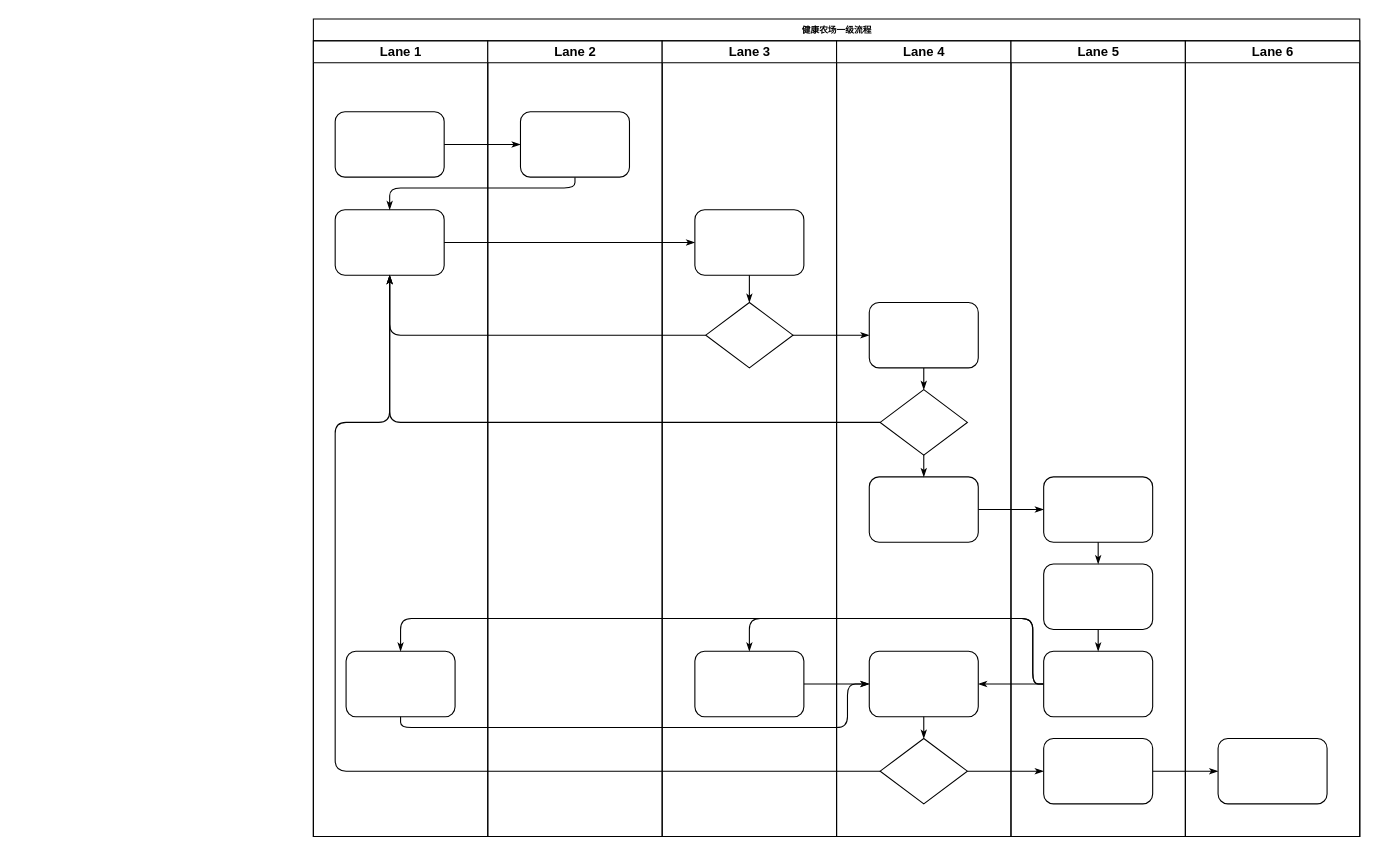
Before: Graph/1---健康农场---全流程.drawio in ManGuo/HealthFarm, a draw.io diagram. Source tidied: cells renumbered, new cells numbered last; positions are measured from the earlier drawing's top-left corner, leaving out a move shared by most shapes. Both pictures are drawn from the tidied source at 109%, with x=0, y=0 at pixel (313, 19).
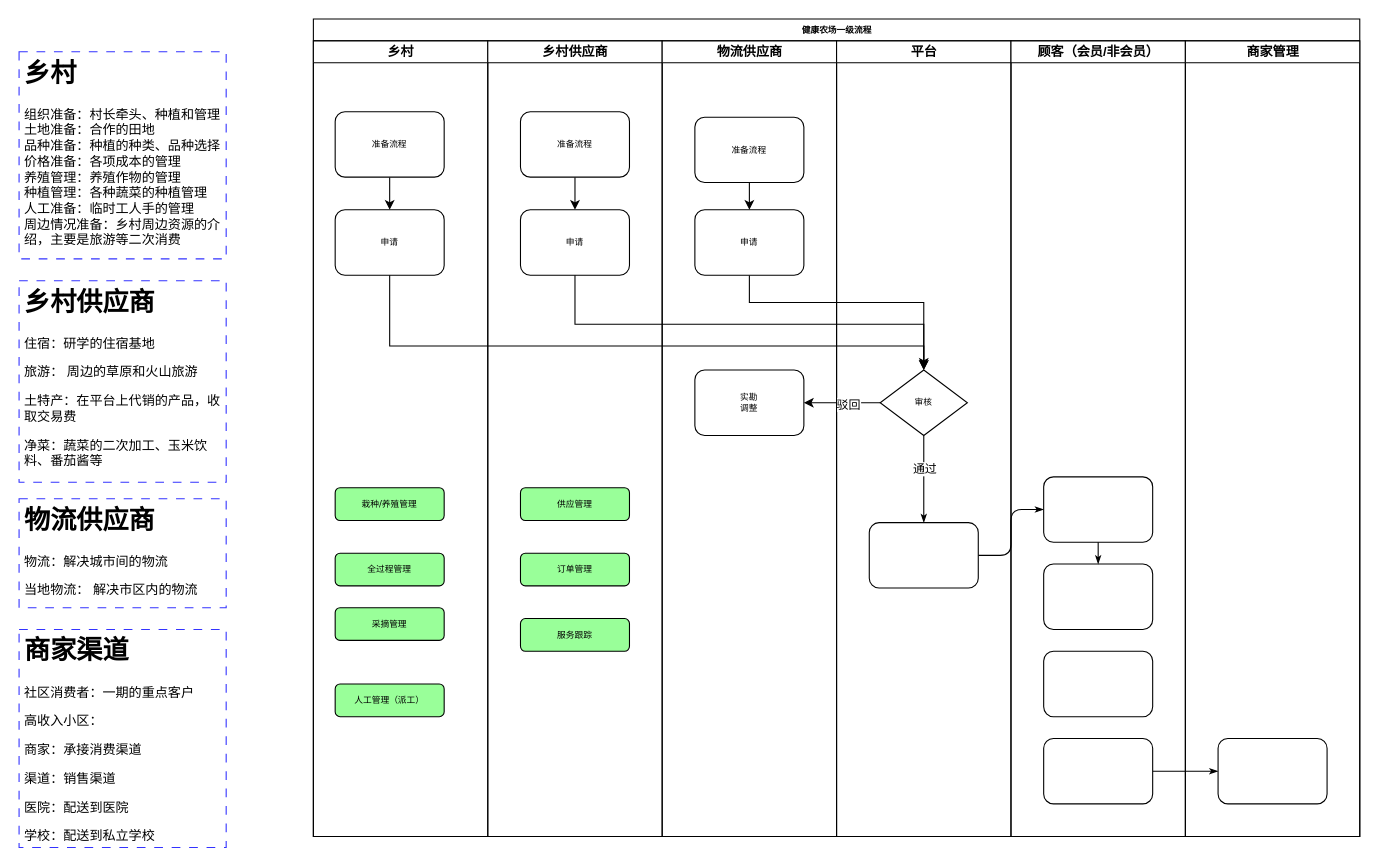
After the change.

Commit message:
更新1---健康农场---全流程.drawio

Unchanged cells that the change refers to:
```xml
<mxCell id="2" value="健康农场一级流程" style="swimlane;html=1;startSize=20;rounded=0;shadow=0;labelBackgroundColor=none;strokeWidth=1;fontFamily=Verdana;fontSize=8;align=center;" parent="1" vertex="1">
  <mxGeometry width="960" height="750" as="geometry" />
</mxCell>
<mxCell id="36" style="edgeStyle=orthogonalEdgeStyle;rounded=1;html=1;labelBackgroundColor=none;startArrow=none;startFill=0;startSize=5;endArrow=classicThin;endFill=1;endSize=5;jettySize=auto;strokeWidth=1;fontFamily=Verdana;fontSize=8;" parent="29" edge="1" source="31" target="32">
  <mxGeometry relative="1" as="geometry" />
</mxCell>
<mxCell id="40" style="rounded=1;whiteSpace=wrap;html=1;shadow=0;labelBackgroundColor=none;strokeWidth=1;fontFamily=Verdana;fontSize=8;align=center;" parent="38" vertex="1">
  <mxGeometry x="30" y="480" width="100" height="60" as="geometry" />
</mxCell>
<mxCell id="41" style="rounded=1;whiteSpace=wrap;html=1;shadow=0;labelBackgroundColor=none;strokeWidth=1;fontFamily=Verdana;fontSize=8;align=center;" parent="38" vertex="1">
  <mxGeometry x="30" y="560" width="100" height="60" as="geometry" />
</mxCell>
<mxCell id="42" style="rounded=1;whiteSpace=wrap;html=1;shadow=0;labelBackgroundColor=none;strokeWidth=1;fontFamily=Verdana;fontSize=8;align=center;" parent="38" vertex="1">
  <mxGeometry x="30" y="640" width="100" height="60" as="geometry" />
</mxCell>
```

Diff of the diagram source:
```diff
@@
-    <mxCell id="3" value="Lane 1" style="swimlane;html=1;startSize=20;" parent="2" vertex="1">
+    <mxCell id="3" value="乡村" style="swimlane;html=1;startSize=20;" parent="2" vertex="1">
       <mxGeometry y="20" width="160" height="730" as="geometry" />
     </mxCell>
+    <mxCell id="47" style="edgeStyle=orthogonalEdgeStyle;rounded=0;jettySize=auto;html=1;" parent="3" edge="1" source="4" target="5">
+      <mxGeometry relative="1" as="geometry" />
+    </mxCell>
-    <mxCell id="4" style="rounded=1;whiteSpace=wrap;html=1;shadow=0;labelBackgroundColor=none;strokeWidth=1;fontFamily=Verdana;fontSize=8;align=center;" parent="3" vertex="1">
+    <mxCell id="4" value="准备流程" style="rounded=1;whiteSpace=wrap;html=1;shadow=0;labelBackgroundColor=none;strokeWidth=1;fontFamily=Verdana;fontSize=8;align=center;" parent="3" vertex="1">
       <mxGeometry x="20" y="65" width="100" height="60" as="geometry" />
     </mxCell>
-    <mxCell id="5" style="rounded=1;whiteSpace=wrap;html=1;shadow=0;labelBackgroundColor=none;strokeWidth=1;fontFamily=Verdana;fontSize=8;align=center;" parent="3" vertex="1">
+    <mxCell id="5" value="申请" style="rounded=1;whiteSpace=wrap;html=1;shadow=0;labelBackgroundColor=none;strokeWidth=1;fontFamily=Verdana;fontSize=8;align=center;" parent="3" vertex="1">
       <mxGeometry x="20" y="155" width="100" height="60" as="geometry" />
     </mxCell>
-    <mxCell id="6" style="rounded=1;whiteSpace=wrap;html=1;shadow=0;labelBackgroundColor=none;strokeWidth=1;fontFamily=Verdana;fontSize=8;align=center;" parent="3" vertex="1">
-      <mxGeometry x="30" y="560" width="100" height="60" as="geometry" />
-    </mxCell>
-    <mxCell id="7" style="edgeStyle=orthogonalEdgeStyle;rounded=1;html=1;labelBackgroundColor=none;startArrow=none;startFill=0;startSize=5;endArrow=classicThin;endFill=1;endSize=5;jettySize=auto;strokeWidth=1;fontFamily=Verdana;fontSize=8;" parent="2" edge="1" source="4" target="23">
-      <mxGeometry relative="1" as="geometry" />
-    </mxCell>
-    <mxCell id="8" style="edgeStyle=orthogonalEdgeStyle;rounded=1;html=1;labelBackgroundColor=none;startArrow=none;startFill=0;startSize=5;endArrow=classicThin;endFill=1;endSize=5;jettySize=auto;strokeWidth=1;fontFamily=Verdana;fontSize=8;" parent="2" edge="1" source="23" target="5">
-      <mxGeometry relative="1" as="geometry">
-        <Array as="points">
-          <mxPoint x="240" y="155" />
-          <mxPoint x="70" y="155" />
-        </Array>
-      </mxGeometry>
-    </mxCell>
-    <mxCell id="9" style="edgeStyle=orthogonalEdgeStyle;rounded=1;html=1;labelBackgroundColor=none;startArrow=none;startFill=0;startSize=5;endArrow=classicThin;endFill=1;endSize=5;jettySize=auto;strokeWidth=1;fontFamily=Verdana;fontSize=8;" parent="2" edge="1" source="5" target="25">
-      <mxGeometry relative="1" as="geometry" />
-    </mxCell>
-    <mxCell id="10" style="edgeStyle=orthogonalEdgeStyle;rounded=1;html=1;labelBackgroundColor=none;startArrow=none;startFill=0;startSize=5;endArrow=classicThin;endFill=1;endSize=5;jettySize=auto;strokeWidth=1;fontFamily=Verdana;fontSize=8;" parent="2" edge="1" source="26" target="5">
-      <mxGeometry relative="1" as="geometry" />
-    </mxCell>
-    <mxCell id="11" style="edgeStyle=orthogonalEdgeStyle;rounded=1;html=1;labelBackgroundColor=none;startArrow=none;startFill=0;startSize=5;endArrow=classicThin;endFill=1;endSize=5;jettySize=auto;strokeWidth=1;fontFamily=Verdana;fontSize=8;" parent="2" edge="1" source="31" target="5">
-      <mxGeometry relative="1" as="geometry" />
-    </mxCell>
-    <mxCell id="12" style="edgeStyle=orthogonalEdgeStyle;rounded=1;html=1;labelBackgroundColor=none;startArrow=none;startFill=0;startSize=5;endArrow=classicThin;endFill=1;endSize=5;jettySize=auto;strokeWidth=1;fontFamily=Verdana;fontSize=8;" parent="2" edge="1" source="34" target="5">
-      <mxGeometry relative="1" as="geometry">
-        <Array as="points">
-          <mxPoint x="20" y="690" />
-          <mxPoint x="20" y="370" />
-          <mxPoint x="70" y="370" />
-        </Array>
-      </mxGeometry>
-    </mxCell>
-    <mxCell id="13" style="edgeStyle=orthogonalEdgeStyle;rounded=1;html=1;labelBackgroundColor=none;startArrow=none;startFill=0;startSize=5;endArrow=classicThin;endFill=1;endSize=5;jettySize=auto;strokeWidth=1;fontFamily=Verdana;fontSize=8;" parent="2" edge="1" source="26" target="30">
-      <mxGeometry relative="1" as="geometry" />
-    </mxCell>
-    <mxCell id="14" style="edgeStyle=orthogonalEdgeStyle;rounded=1;html=1;labelBackgroundColor=none;startArrow=none;startFill=0;startSize=5;endArrow=classicThin;endFill=1;endSize=5;jettySize=auto;strokeWidth=1;fontFamily=Verdana;fontSize=8;" parent="2" edge="1" source="34" target="42">
-      <mxGeometry relative="1" as="geometry" />
-    </mxCell>
+    <mxCell id="48" value="栽种/养殖管理" style="rounded=1;whiteSpace=wrap;html=1;shadow=0;labelBackgroundColor=none;strokeWidth=1;fontFamily=Verdana;fontSize=8;align=center;fillColor=#99FF99;" parent="3" vertex="1">
+      <mxGeometry x="20" y="410" width="100" height="30" as="geometry" />
+    </mxCell>
+    <mxCell id="49" value="全过程管理" style="rounded=1;whiteSpace=wrap;html=1;shadow=0;labelBackgroundColor=none;strokeWidth=1;fontFamily=Verdana;fontSize=8;align=center;fillColor=#99FF99;" parent="3" vertex="1">
+      <mxGeometry x="20" y="470" width="100" height="30" as="geometry" />
+    </mxCell>
+    <mxCell id="50" value="采摘管理" style="rounded=1;whiteSpace=wrap;html=1;shadow=0;labelBackgroundColor=none;strokeWidth=1;fontFamily=Verdana;fontSize=8;align=center;fillColor=#99FF99;" parent="3" vertex="1">
+      <mxGeometry x="20" y="520" width="100" height="30" as="geometry" />
+    </mxCell>
+    <mxCell id="51" value="人工管理（派工）" style="rounded=1;whiteSpace=wrap;html=1;shadow=0;labelBackgroundColor=none;strokeWidth=1;fontFamily=Verdana;fontSize=8;align=center;fillColor=#99FF99;" parent="3" vertex="1">
+      <mxGeometry x="20" y="590" width="100" height="30" as="geometry" />
+    </mxCell>
@@
-    <mxCell id="17" style="edgeStyle=orthogonalEdgeStyle;rounded=1;html=1;labelBackgroundColor=none;startArrow=none;startFill=0;startSize=5;endArrow=classicThin;endFill=1;endSize=5;jettySize=auto;strokeWidth=1;fontFamily=Verdana;fontSize=8;" parent="2" edge="1" source="41" target="27">
-      <mxGeometry relative="1" as="geometry">
-        <Array as="points">
-          <mxPoint x="660" y="610" />
-          <mxPoint x="660" y="550" />
-          <mxPoint x="400" y="550" />
-        </Array>
-      </mxGeometry>
-    </mxCell>
-    <mxCell id="18" style="edgeStyle=orthogonalEdgeStyle;rounded=1;html=1;labelBackgroundColor=none;startArrow=none;startFill=0;startSize=5;endArrow=classicThin;endFill=1;endSize=5;jettySize=auto;strokeColor=#000000;strokeWidth=1;fontFamily=Verdana;fontSize=8;fontColor=#000000;" parent="2" edge="1" source="41" target="33">
-      <mxGeometry relative="1" as="geometry" />
-    </mxCell>
-    <mxCell id="19" style="edgeStyle=orthogonalEdgeStyle;rounded=1;html=1;labelBackgroundColor=none;startArrow=none;startFill=0;startSize=5;endArrow=classicThin;endFill=1;endSize=5;jettySize=auto;strokeWidth=1;fontFamily=Verdana;fontSize=8;" parent="2" edge="1" source="41" target="6">
-      <mxGeometry relative="1" as="geometry">
-        <Array as="points">
-          <mxPoint x="660" y="610" />
-          <mxPoint x="660" y="550" />
-          <mxPoint x="80" y="550" />
-        </Array>
-      </mxGeometry>
-    </mxCell>
-    <mxCell id="20" style="edgeStyle=orthogonalEdgeStyle;rounded=1;html=1;labelBackgroundColor=none;startArrow=none;startFill=0;startSize=5;endArrow=classicThin;endFill=1;endSize=5;jettySize=auto;strokeWidth=1;fontFamily=Verdana;fontSize=8;" parent="2" edge="1" source="6" target="33">
-      <mxGeometry relative="1" as="geometry">
-        <Array as="points">
-          <mxPoint x="80" y="650" />
-          <mxPoint x="490" y="650" />
-          <mxPoint x="490" y="610" />
-        </Array>
-      </mxGeometry>
-    </mxCell>
-    <mxCell id="21" style="edgeStyle=orthogonalEdgeStyle;rounded=1;html=1;labelBackgroundColor=none;startArrow=none;startFill=0;startSize=5;endArrow=classicThin;endFill=1;endSize=5;jettySize=auto;strokeWidth=1;fontFamily=Verdana;fontSize=8;" parent="2" edge="1" source="27" target="33">
-      <mxGeometry relative="1" as="geometry" />
-    </mxCell>
-    <mxCell id="22" value="Lane 2" style="swimlane;html=1;startSize=20;" parent="2" vertex="1">
+    <mxCell id="22" value="乡村供应商" style="swimlane;html=1;startSize=20;" parent="2" vertex="1">
       <mxGeometry x="160" y="20" width="160" height="730" as="geometry" />
     </mxCell>
+    <mxCell id="52" style="edgeStyle=orthogonalEdgeStyle;rounded=0;jettySize=auto;html=1;" parent="22" edge="1" source="23" target="53">
+      <mxGeometry relative="1" as="geometry" />
+    </mxCell>
-    <mxCell id="23" style="rounded=1;whiteSpace=wrap;html=1;shadow=0;labelBackgroundColor=none;strokeWidth=1;fontFamily=Verdana;fontSize=8;align=center;" parent="22" vertex="1">
+    <mxCell id="23" value="准备流程" style="rounded=1;whiteSpace=wrap;html=1;shadow=0;labelBackgroundColor=none;strokeWidth=1;fontFamily=Verdana;fontSize=8;align=center;" parent="22" vertex="1">
       <mxGeometry x="30" y="65" width="100" height="60" as="geometry" />
     </mxCell>
+    <mxCell id="53" value="申请" style="rounded=1;whiteSpace=wrap;html=1;shadow=0;labelBackgroundColor=none;strokeWidth=1;fontFamily=Verdana;fontSize=8;align=center;" parent="22" vertex="1">
+      <mxGeometry x="30" y="155" width="100" height="60" as="geometry" />
+    </mxCell>
+    <mxCell id="54" value="供应管理" style="rounded=1;whiteSpace=wrap;html=1;shadow=0;labelBackgroundColor=none;strokeWidth=1;fontFamily=Verdana;fontSize=8;align=center;fillColor=#99FF99;" parent="22" vertex="1">
+      <mxGeometry x="30" y="410" width="100" height="30" as="geometry" />
+    </mxCell>
+    <mxCell id="55" value="订单管理" style="rounded=1;whiteSpace=wrap;html=1;shadow=0;labelBackgroundColor=none;strokeWidth=1;fontFamily=Verdana;fontSize=8;align=center;fillColor=#99FF99;" parent="22" vertex="1">
+      <mxGeometry x="30" y="470" width="100" height="30" as="geometry" />
+    </mxCell>
+    <mxCell id="56" value="服务跟踪" style="rounded=1;whiteSpace=wrap;html=1;shadow=0;labelBackgroundColor=none;strokeWidth=1;fontFamily=Verdana;fontSize=8;align=center;fillColor=#99FF99;" parent="22" vertex="1">
+      <mxGeometry x="30" y="530" width="100" height="30" as="geometry" />
+    </mxCell>
-    <mxCell id="24" value="Lane 3" style="swimlane;html=1;startSize=20;" parent="2" vertex="1">
+    <mxCell id="24" value="物流供应商" style="swimlane;html=1;startSize=20;" parent="2" vertex="1">
       <mxGeometry x="320" y="20" width="160" height="730" as="geometry" />
     </mxCell>
+    <mxCell id="57" style="edgeStyle=orthogonalEdgeStyle;rounded=0;jettySize=auto;html=1;" parent="24" edge="1" source="25">
+      <mxGeometry relative="1" as="geometry">
+        <mxPoint x="240" y="300" as="targetPoint" />
+        <Array as="points">
+          <mxPoint x="80" y="240" />
+          <mxPoint x="240" y="240" />
+        </Array>
+      </mxGeometry>
+    </mxCell>
-    <mxCell id="25" style="rounded=1;whiteSpace=wrap;html=1;shadow=0;labelBackgroundColor=none;strokeWidth=1;fontFamily=Verdana;fontSize=8;align=center;" parent="24" vertex="1">
+    <mxCell id="25" value="申请" style="rounded=1;whiteSpace=wrap;html=1;shadow=0;labelBackgroundColor=none;strokeWidth=1;fontFamily=Verdana;fontSize=8;align=center;" parent="24" vertex="1">
       <mxGeometry x="30" y="155" width="100" height="60" as="geometry" />
     </mxCell>
-    <mxCell id="26" style="rhombus;whiteSpace=wrap;html=1;rounded=0;shadow=0;labelBackgroundColor=none;strokeWidth=1;fontFamily=Verdana;fontSize=8;align=center;" parent="24" vertex="1">
-      <mxGeometry x="40" y="240" width="80" height="60" as="geometry" />
-    </mxCell>
-    <mxCell id="27" style="rounded=1;whiteSpace=wrap;html=1;shadow=0;labelBackgroundColor=none;strokeWidth=1;fontFamily=Verdana;fontSize=8;align=center;" parent="24" vertex="1">
-      <mxGeometry x="30" y="560" width="100" height="60" as="geometry" />
-    </mxCell>
-    <mxCell id="28" style="edgeStyle=orthogonalEdgeStyle;rounded=1;html=1;labelBackgroundColor=none;startArrow=none;startFill=0;startSize=5;endArrow=classicThin;endFill=1;endSize=5;jettySize=auto;strokeWidth=1;fontFamily=Verdana;fontSize=8;" parent="24" edge="1" source="25" target="26">
-      <mxGeometry relative="1" as="geometry" />
-    </mxCell>
+    <mxCell id="58" style="edgeStyle=orthogonalEdgeStyle;rounded=0;jettySize=auto;html=1;" parent="24" edge="1" source="59" target="25">
+      <mxGeometry relative="1" as="geometry" />
+    </mxCell>
+    <mxCell id="59" value="准备流程" style="rounded=1;whiteSpace=wrap;html=1;shadow=0;labelBackgroundColor=none;strokeWidth=1;fontFamily=Verdana;fontSize=8;align=center;" parent="24" vertex="1">
+      <mxGeometry x="30" y="70" width="100" height="60" as="geometry" />
+    </mxCell>
+    <mxCell id="60" value="实勘&lt;br&gt;调整" style="rounded=1;whiteSpace=wrap;html=1;shadow=0;labelBackgroundColor=none;strokeWidth=1;fontFamily=Verdana;fontSize=8;align=center;" parent="24" vertex="1">
+      <mxGeometry x="30" y="302" width="100" height="60" as="geometry" />
+    </mxCell>
-    <mxCell id="29" value="Lane 4" style="swimlane;html=1;startSize=20;" parent="2" vertex="1">
+    <mxCell id="29" value="平台" style="swimlane;html=1;startSize=20;" parent="2" vertex="1">
       <mxGeometry x="480" y="20" width="160" height="730" as="geometry" />
     </mxCell>
-    <mxCell id="30" style="rounded=1;whiteSpace=wrap;html=1;shadow=0;labelBackgroundColor=none;strokeWidth=1;fontFamily=Verdana;fontSize=8;align=center;" parent="29" vertex="1">
-      <mxGeometry x="30" y="240" width="100" height="60" as="geometry" />
-    </mxCell>
-    <mxCell id="31" style="rhombus;whiteSpace=wrap;html=1;rounded=0;shadow=0;labelBackgroundColor=none;strokeWidth=1;fontFamily=Verdana;fontSize=8;align=center;" parent="29" vertex="1">
-      <mxGeometry x="40" y="320" width="80" height="60" as="geometry" />
+    <mxCell id="31" value="审核" style="rhombus;whiteSpace=wrap;html=1;rounded=0;shadow=0;labelBackgroundColor=none;strokeWidth=1;fontFamily=Verdana;fontSize=8;align=center;" parent="29" vertex="1">
+      <mxGeometry x="40" y="302" width="80" height="60" as="geometry" />
     </mxCell>
     <mxCell id="32" style="rounded=1;whiteSpace=wrap;html=1;shadow=0;labelBackgroundColor=none;strokeWidth=1;fontFamily=Verdana;fontSize=8;align=center;" parent="29" vertex="1">
-      <mxGeometry x="30" y="400" width="100" height="60" as="geometry" />
+      <mxGeometry x="30" y="442" width="100" height="60" as="geometry" />
     </mxCell>
-    <mxCell id="33" style="rounded=1;whiteSpace=wrap;html=1;shadow=0;labelBackgroundColor=none;strokeWidth=1;fontFamily=Verdana;fontSize=8;align=center;" parent="29" vertex="1">
-      <mxGeometry x="30" y="560" width="100" height="60" as="geometry" />
-    </mxCell>
-    <mxCell id="34" style="rhombus;whiteSpace=wrap;html=1;rounded=0;shadow=0;labelBackgroundColor=none;strokeWidth=1;fontFamily=Verdana;fontSize=8;align=center;" parent="29" vertex="1">
-      <mxGeometry x="40" y="640" width="80" height="60" as="geometry" />
-    </mxCell>
-    <mxCell id="35" style="edgeStyle=orthogonalEdgeStyle;rounded=1;html=1;labelBackgroundColor=none;startArrow=none;startFill=0;startSize=5;endArrow=classicThin;endFill=1;endSize=5;jettySize=auto;strokeColor=#000000;strokeWidth=1;fontFamily=Verdana;fontSize=8;fontColor=#000000;" parent="29" edge="1" source="30" target="31">
-      <mxGeometry relative="1" as="geometry" />
-    </mxCell>
@@
-    <mxCell id="37" style="edgeStyle=orthogonalEdgeStyle;rounded=1;html=1;labelBackgroundColor=none;startArrow=none;startFill=0;startSize=5;endArrow=classicThin;endFill=1;endSize=5;jettySize=auto;strokeWidth=1;fontFamily=Verdana;fontSize=8;" parent="29" edge="1" source="33" target="34">
-      <mxGeometry relative="1" as="geometry" />
-    </mxCell>
+    <mxCell id="61" value="通过" style="edgeLabel;html=1;align=center;verticalAlign=middle;" parent="36" vertex="1">
+      <mxGeometry x="-0.25" relative="1" as="geometry" />
+    </mxCell>
-    <mxCell id="38" value="Lane 5" style="swimlane;html=1;startSize=20;" parent="2" vertex="1">
+    <mxCell id="38" value="顾客（会员/非会员）" style="swimlane;html=1;startSize=20;" parent="2" vertex="1">
       <mxGeometry x="640" y="20" width="160" height="730" as="geometry" />
     </mxCell>
@@
-    <mxCell id="44" style="edgeStyle=orthogonalEdgeStyle;rounded=1;html=1;labelBackgroundColor=none;startArrow=none;startFill=0;startSize=5;endArrow=classicThin;endFill=1;endSize=5;jettySize=auto;strokeWidth=1;fontFamily=Verdana;fontSize=8;" parent="38" edge="1" source="40" target="41">
-      <mxGeometry relative="1" as="geometry" />
-    </mxCell>
-    <mxCell id="45" value="Lane 6" style="swimlane;html=1;startSize=20;" parent="2" vertex="1">
+    <mxCell id="45" value="商家管理" style="swimlane;html=1;startSize=20;" parent="2" vertex="1">
       <mxGeometry x="800" y="20" width="160" height="730" as="geometry" />
     </mxCell>
@@
+    <mxCell id="62" style="edgeStyle=orthogonalEdgeStyle;rounded=0;jettySize=auto;html=1;" parent="2" edge="1" source="31" target="60">
+      <mxGeometry relative="1" as="geometry">
+        <Array as="points">
+          <mxPoint x="470" y="352" />
+          <mxPoint x="470" y="352" />
+        </Array>
+      </mxGeometry>
+    </mxCell>
+    <mxCell id="63" value="驳回" style="edgeLabel;html=1;align=center;verticalAlign=middle;" parent="62" vertex="1">
+      <mxGeometry x="-0.14" y="1" relative="1" as="geometry" />
+    </mxCell>
+    <mxCell id="64" style="edgeStyle=orthogonalEdgeStyle;rounded=0;jettySize=auto;html=1;" parent="2" edge="1" source="5" target="31">
+      <mxGeometry relative="1" as="geometry">
+        <Array as="points">
+          <mxPoint x="70" y="300" />
+          <mxPoint x="560" y="300" />
+        </Array>
+      </mxGeometry>
+    </mxCell>
+    <mxCell id="65" style="edgeStyle=orthogonalEdgeStyle;rounded=0;jettySize=auto;html=1;" parent="2" edge="1" source="53" target="31">
+      <mxGeometry relative="1" as="geometry">
+        <Array as="points">
+          <mxPoint x="240" y="280" />
+          <mxPoint x="560" y="280" />
+        </Array>
+      </mxGeometry>
+    </mxCell>
+    <mxCell id="66" value="&lt;h1&gt;乡村&lt;/h1&gt;&lt;div class=&quot;mind-clipboard&quot;&gt;&lt;div&gt;组织准备：村长牵头、种植和管理&lt;/div&gt;&lt;div&gt;土地准备：合作的田地&lt;/div&gt;&lt;div&gt;品种准备：种植的种类、品种选择&lt;/div&gt;&lt;div&gt;价格准备：各项成本的管理&lt;/div&gt;&lt;div&gt;养殖管理：养殖作物的管理&lt;/div&gt;&lt;div&gt;种植管理：各种蔬菜的种植管理&lt;/div&gt;&lt;div&gt;人工准备：临时工人手的管理&lt;/div&gt;&lt;div&gt;周边情况准备：乡村周边资源的介绍，主要是旅游等二次消费&lt;/div&gt;&lt;div&gt;&lt;/div&gt;&lt;/div&gt;" style="text;html=1;strokeColor=#3333FF;fillColor=none;spacing=5;spacingTop=-20;whiteSpace=wrap;overflow=hidden;rounded=0;dashed=1;dashPattern=8 8;" parent="1" vertex="1">
+      <mxGeometry x="-270" y="30" width="190" height="190" as="geometry" />
+    </mxCell>
+    <mxCell id="67" value="&lt;h1&gt;乡村供应商&lt;/h1&gt;&lt;p&gt;住宿：研学的住宿基地&lt;/p&gt;&lt;p&gt;旅游： 周边的草原和火山旅游&lt;/p&gt;&lt;p&gt;土特产：在平台上代销的产品，收取交易费&lt;/p&gt;&lt;p&gt;净菜：蔬菜的二次加工、玉米饮料、番茄酱等&lt;br&gt;&lt;/p&gt;&lt;p&gt;&lt;br&gt;&lt;/p&gt;" style="text;html=1;strokeColor=#3333FF;fillColor=none;spacing=5;spacingTop=-20;whiteSpace=wrap;overflow=hidden;rounded=0;dashed=1;dashPattern=8 8;" parent="1" vertex="1">
+      <mxGeometry x="-270" y="240" width="190" height="185" as="geometry" />
+    </mxCell>
+    <mxCell id="68" value="&lt;h1&gt;物流供应商&lt;/h1&gt;&lt;p&gt;物流：解决城市间的物流&lt;/p&gt;&lt;p&gt;当地物流： 解决市区内的物流&lt;/p&gt;&lt;p&gt;&lt;br&gt;&lt;/p&gt;" style="text;html=1;strokeColor=#3333FF;fillColor=none;spacing=5;spacingTop=-20;whiteSpace=wrap;overflow=hidden;rounded=0;dashed=1;dashPattern=8 8;" parent="1" vertex="1">
+      <mxGeometry x="-270" y="440" width="190" height="100" as="geometry" />
+    </mxCell>
+    <mxCell id="69" value="&lt;h1&gt;商家渠道&lt;/h1&gt;&lt;p&gt;社区消费者：一期的重点客户&lt;/p&gt;&lt;p&gt;高收入小区：&lt;/p&gt;&lt;p&gt;商家：承接消费渠道&lt;/p&gt;&lt;p&gt;渠道：销售渠道&lt;/p&gt;&lt;p&gt;&lt;span style=&quot;background-color: initial;&quot;&gt;医院：配送到医院&lt;/span&gt;&lt;br&gt;&lt;/p&gt;&lt;p&gt;学校：配送到私立学校&lt;/p&gt;" style="text;html=1;strokeColor=#3333FF;fillColor=none;spacing=5;spacingTop=-20;whiteSpace=wrap;overflow=hidden;rounded=0;dashed=1;dashPattern=8 8;" parent="1" vertex="1">
+      <mxGeometry x="-270" y="560" width="190" height="200" as="geometry" />
+    </mxCell>
```
